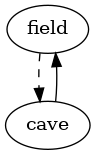
Before: map.png, a diagram exported from Graphviz (PhantomKilo/c_text_adventure). Its source is kept beside it as map.gv.
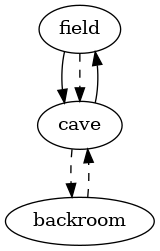
Later version of the same file.

The edit, as a diff of the source:
```diff
@@ -1,4 +1,7 @@
 digraph map {
+	field -> cave
 	field -> cave [style=dashed]
 	cave -> field
+	cave -> backroom [style=dashed]
+	backroom -> cave [style=dashed]
 }
```
